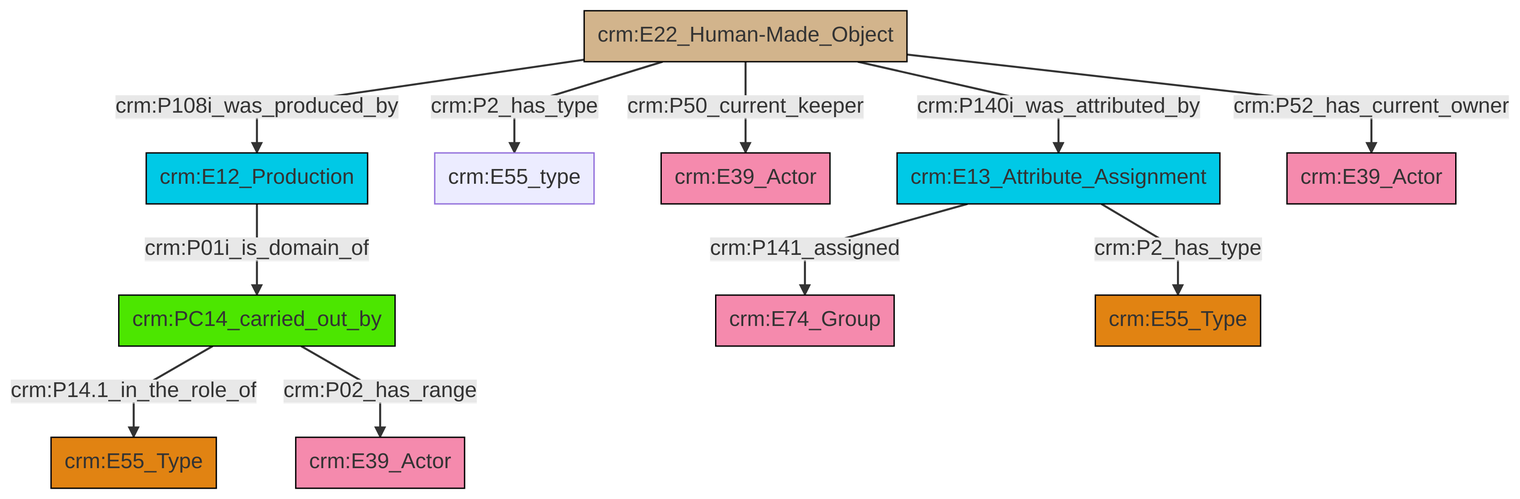
Earlier version of the Mermaid export et/artworkCSV/ttl/mmd/png/Artwork_Actor_Relations.png (swiss-art-research-net/docs.swissartresearch). Its source is kept beside it as et/artworkCSV/ttl/mmd/Artwork_Actor_Relations.ttl.mmd.
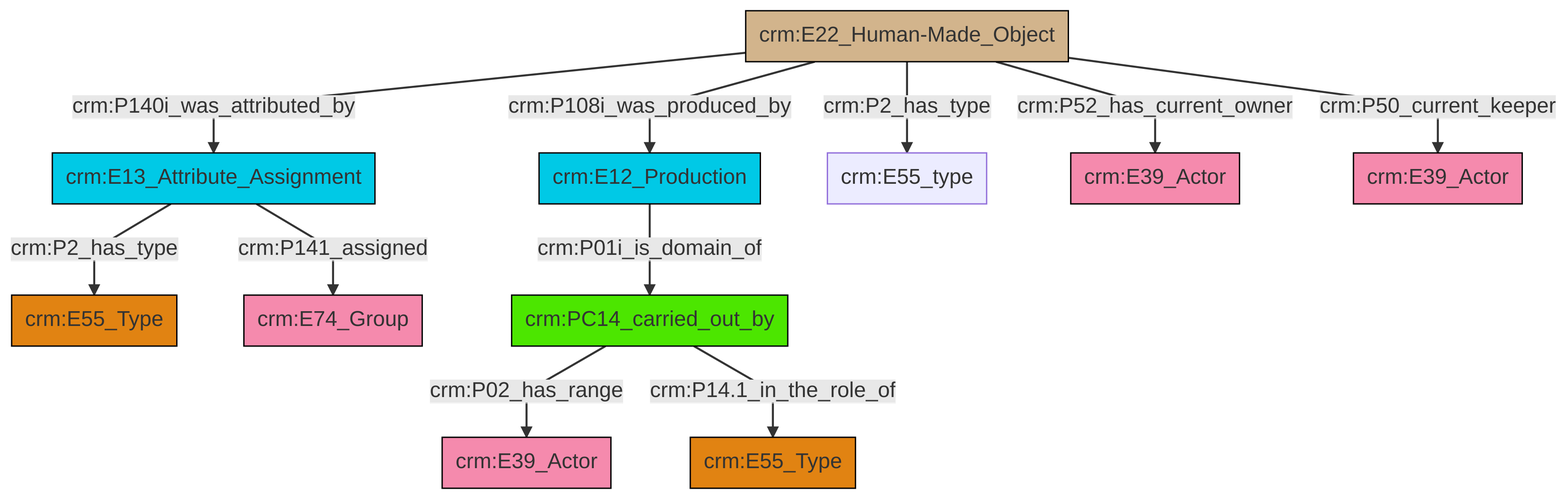
After the commit.

What changed in the source:
```diff
@@ -13,13 +13,13 @@
 classDef PC_Classes fill:#4ce600, stroke:#000000;
 classDef Multi fill:#cccccc,stroke:#000000;
 
-0["crm:PC14_carried_out_by"]:::PC_Classes -->|crm:P14.1_in_the_role_of| 1["crm:E55_Type"]:::Type
-2["crm:E12_Production"]:::Temporal_Entity -->|crm:P01i_is_domain_of| 0["crm:PC14_carried_out_by"]:::PC_Classes
-7["crm:E22_Human-Made_Object"]:::Physical_Thing -->|crm:P50_current_keeper| 8["crm:E39_Actor"]:::Actor
-9["crm:E13_Attribute_Assignment"]:::Temporal_Entity -->|crm:P2_has_type| 15["crm:E55_Type"]:::Type
-7["crm:E22_Human-Made_Object"]:::Physical_Thing -->|crm:P108i_was_produced_by| 2["crm:E12_Production"]:::Temporal_Entity
-0["crm:PC14_carried_out_by"]:::PC_Classes -->|crm:P02_has_range| 13["crm:E39_Actor"]:::Actor
-7["crm:E22_Human-Made_Object"]:::Physical_Thing -->|crm:P52_has_current_owner| 19["crm:E39_Actor"]:::Actor
-7["crm:E22_Human-Made_Object"]:::Physical_Thing -->|crm:P140i_was_attributed_by| 9["crm:E13_Attribute_Assignment"]:::Temporal_Entity
-7["crm:E22_Human-Made_Object"]:::Physical_Thing -->|crm:P2_has_type| 3["crm:E55_type"]:::Default
-9["crm:E13_Attribute_Assignment"]:::Temporal_Entity -->|crm:P141_assigned| 5["crm:E74_Group"]:::Actor
+0["crm:E13_Attribute_Assignment"]:::Temporal_Entity -->|crm:P2_has_type| 1["crm:E55_Type"]:::Type
+0["crm:E13_Attribute_Assignment"]:::Temporal_Entity -->|crm:P141_assigned| 9["crm:E74_Group"]:::Actor
+14["crm:PC14_carried_out_by"]:::PC_Classes -->|crm:P02_has_range| 15["crm:E39_Actor"]:::Actor
+12["crm:E22_Human-Made_Object"]:::Physical_Thing -->|crm:P50_current_keeper| 16["crm:E39_Actor"]:::Actor
+12["crm:E22_Human-Made_Object"]:::Physical_Thing -->|crm:P2_has_type| 7["crm:E55_type"]:::Default
+5["crm:E12_Production"]:::Temporal_Entity -->|crm:P01i_is_domain_of| 14["crm:PC14_carried_out_by"]:::PC_Classes
+12["crm:E22_Human-Made_Object"]:::Physical_Thing -->|crm:P108i_was_produced_by| 5["crm:E12_Production"]:::Temporal_Entity
+14["crm:PC14_carried_out_by"]:::PC_Classes -->|crm:P14.1_in_the_role_of| 17["crm:E55_Type"]:::Type
+12["crm:E22_Human-Made_Object"]:::Physical_Thing -->|crm:P52_has_current_owner| 10["crm:E39_Actor"]:::Actor
+12["crm:E22_Human-Made_Object"]:::Physical_Thing -->|crm:P140i_was_attributed_by| 0["crm:E13_Attribute_Assignment"]:::Temporal_Entity
```
